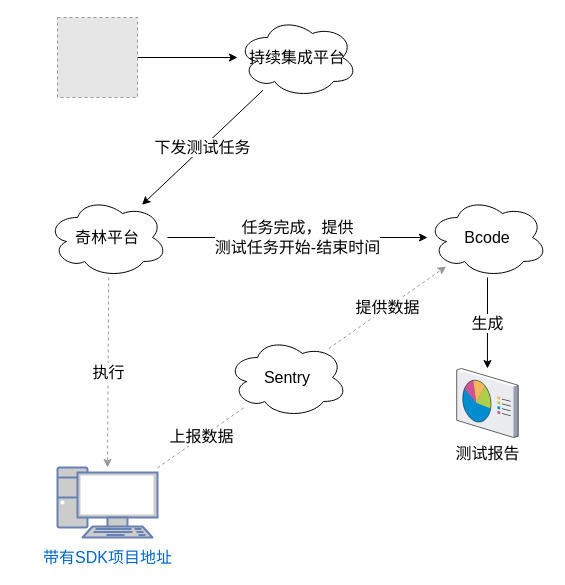
Before: page "主流程" (1 of 3) of performance/dataflow.drawio in zhuoooo/doodles, a draw.io diagram. Source tidied: cells renumbered, new cells numbered last; positions are measured from the earlier drawing's top-left corner, leaving out a move shared by most shapes. Both pictures are drawn from the tidied source at 100%, with x=0, y=0 at pixel (47, 17). Pictures stored in the file or linked from it are replaced by grey dashed boxes.
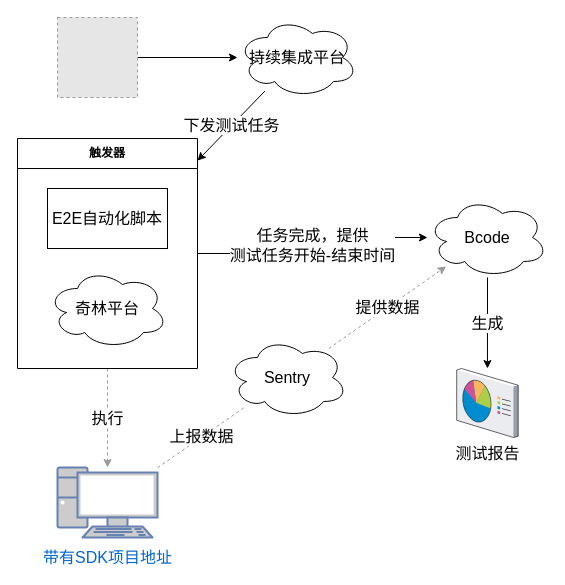
The same diagram, later.

Commit message:
update: 更新主流程

Change to the diagram source:
```diff
@@
 <mxGraphModel>
   <root>
     <mxCell id="0" />
     <mxCell id="1" parent="0" />
-    <mxCell id="2" value="执行" style="rounded=0;jettySize=auto;html=1;fontSize=16;dashed=1;strokeColor=#999999;" parent="1" edge="1" source="4" target="9">
+    <mxCell id="2" value="执行" style="rounded=0;jettySize=auto;html=1;fontSize=16;dashed=1;strokeColor=#999999;" parent="1" edge="1" source="17" target="9">
       <mxGeometry relative="1" as="geometry" />
     </mxCell>
-    <mxCell id="3" value="任务完成，提供&lt;br style=&quot;font-size: 16px;&quot;&gt;测试任务开始-结束时间" style="edgeStyle=orthogonalEdgeStyle;rounded=0;jettySize=auto;html=1;fontSize=16;" parent="1" edge="1" source="4" target="15">
+    <mxCell id="3" value="任务完成，提供&lt;br style=&quot;font-size: 16px;&quot;&gt;测试任务开始-结束时间" style="edgeStyle=orthogonalEdgeStyle;rounded=0;jettySize=auto;html=1;fontSize=16;" parent="1" edge="1" source="17" target="15">
       <mxGeometry relative="1" as="geometry" />
     </mxCell>
-    <mxCell id="4" value="奇林平台" style="ellipse;shape=cloud;whiteSpace=wrap;html=1;fontSize=16;" parent="1" vertex="1">
-      <mxGeometry y="180" width="120" height="80" as="geometry" />
-    </mxCell>
     <mxCell id="5" style="rounded=0;jettySize=auto;html=1;fontSize=16;" parent="1" edge="1" source="6" target="11">
       <mxGeometry relative="1" as="geometry" />
     </mxCell>
     <mxCell id="6" style="fillColor=#E6E6E6;strokeColor=#999999;dashed=1;html=1;verticalAlign=top;verticalLabelPosition=bottom;labelBackgroundColor=#ffffff;fontSize=16;" parent="1" vertex="1">
       <mxGeometry x="10" width="80" height="80" as="geometry" />
     </mxCell>
     <mxCell id="7" style="rounded=0;jettySize=auto;html=1;dashed=1;fontSize=16;endArrow=none;endFill=0;strokeColor=#999999;" parent="1" edge="1" source="9" target="13">
       <mxGeometry relative="1" as="geometry" />
     </mxCell>
     <mxCell id="8" value="上报数据" style="edgeLabel;html=1;align=center;verticalAlign=middle;fontSize=16;" parent="7" vertex="1">
       <mxGeometry x="0.01" y="1" relative="1" as="geometry" />
     </mxCell>
     <mxCell id="9" value="带有SDK项目地址" style="fontColor=#0066CC;verticalAlign=top;verticalLabelPosition=bottom;labelPosition=center;align=center;html=1;outlineConnect=0;fillColor=#CCCCCC;strokeColor=#6881B3;gradientColor=none;gradientDirection=north;strokeWidth=2;shape=mxgraph.networks.pc;fontSize=16;spacingTop=4;" parent="1" vertex="1">
       <mxGeometry x="10" y="450" width="100" height="70" as="geometry" />
     </mxCell>
-    <mxCell id="10" value="下发测试任务" style="rounded=0;jettySize=auto;html=1;fontSize=16;" parent="1" edge="1" source="11" target="4">
+    <mxCell id="10" value="下发测试任务" style="rounded=0;jettySize=auto;html=1;fontSize=16;" parent="1" edge="1" source="11" target="17">
       <mxGeometry relative="1" as="geometry" />
     </mxCell>
     <mxCell id="11" value="持续集成平台" style="ellipse;shape=cloud;whiteSpace=wrap;html=1;fontSize=16;" parent="1" vertex="1">
       <mxGeometry x="190" width="120" height="80" as="geometry" />
     </mxCell>
     <mxCell id="12" value="提供数据" style="rounded=0;jettySize=auto;html=1;dashed=1;fontSize=16;strokeColor=#999999;" parent="1" edge="1" source="13" target="15">
       <mxGeometry relative="1" as="geometry" />
     </mxCell>
     <mxCell id="13" value="Sentry" style="ellipse;shape=cloud;whiteSpace=wrap;html=1;fontSize=16;" parent="1" vertex="1">
       <mxGeometry x="180" y="320" width="120" height="80" as="geometry" />
     </mxCell>
     <mxCell id="14" value="生成" style="rounded=0;jettySize=auto;html=1;fontSize=16;" parent="1" edge="1" source="15" target="16">
       <mxGeometry relative="1" as="geometry" />
     </mxCell>
     <mxCell id="15" value="Bcode" style="ellipse;shape=cloud;whiteSpace=wrap;html=1;fontSize=16;" parent="1" vertex="1">
       <mxGeometry x="380" y="180" width="120" height="80" as="geometry" />
     </mxCell>
     <mxCell id="16" value="测试报告" style="verticalLabelPosition=bottom;sketch=0;html=1;verticalAlign=top;strokeColor=none;align=center;outlineConnect=0;shape=mxgraph.citrix.reporting;fontSize=16;" parent="1" vertex="1">
       <mxGeometry x="409.2" y="351" width="61.5" height="69" as="geometry" />
     </mxCell>
+    <mxCell id="17" value="触发器" style="swimlane;whiteSpace=wrap;html=1;startSize=30;" parent="1" vertex="1">
+      <mxGeometry x="-30" y="121" width="180" height="230" as="geometry" />
+    </mxCell>
+    <mxCell id="18" value="E2E自动化脚本" style="rounded=0;whiteSpace=wrap;html=1;fontSize=16;" parent="17" vertex="1">
+      <mxGeometry x="30" y="50" width="120" height="60" as="geometry" />
+    </mxCell>
+    <mxCell id="4" value="奇林平台" style="ellipse;shape=cloud;whiteSpace=wrap;html=1;fontSize=16;" parent="17" vertex="1">
+      <mxGeometry x="30" y="130" width="120" height="80" as="geometry" />
+    </mxCell>
   </root>
 </mxGraphModel>
```
